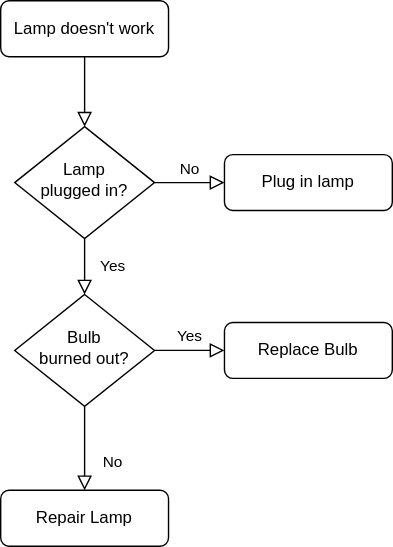
Above: draws/Untitled Diagram.drawio.svg in neoxue/simple-tools (draw.io), before the change. Source tidied: cells renumbered, new cells last; positions are measured from the earlier drawing's top-left corner, leaving out a move shared by most shapes. The source it was exported from:
```xml
<mxGraphModel>
  <root>
    <mxCell id="0" />
    <mxCell id="1" parent="0" />
    <mxCell id="2" style="rounded=0;html=1;jettySize=auto;fontSize=11;endArrow=block;endFill=0;endSize=8;strokeWidth=1;shadow=0;labelBackgroundColor=none;edgeStyle=orthogonalEdgeStyle;" parent="1" edge="1" source="3" target="6">
      <mxGeometry relative="1" as="geometry" />
    </mxCell>
    <mxCell id="3" value="Lamp doesn't work" style="rounded=1;whiteSpace=wrap;html=1;fontSize=12;glass=0;strokeWidth=1;shadow=0;" parent="1" vertex="1">
      <mxGeometry width="120" height="40" as="geometry" />
    </mxCell>
    <mxCell id="4" value="Yes" style="rounded=0;html=1;jettySize=auto;fontSize=11;endArrow=block;endFill=0;endSize=8;strokeWidth=1;shadow=0;labelBackgroundColor=none;edgeStyle=orthogonalEdgeStyle;" parent="1" edge="1" source="6" target="10">
      <mxGeometry y="20" relative="1" as="geometry" />
    </mxCell>
    <mxCell id="5" value="No" style="edgeStyle=orthogonalEdgeStyle;rounded=0;html=1;jettySize=auto;fontSize=11;endArrow=block;endFill=0;endSize=8;strokeWidth=1;shadow=0;labelBackgroundColor=none;" parent="1" edge="1" source="6" target="7">
      <mxGeometry y="10" relative="1" as="geometry" />
    </mxCell>
    <mxCell id="6" value="Lamp&lt;br&gt;plugged in?" style="rhombus;whiteSpace=wrap;html=1;shadow=0;fontFamily=Helvetica;fontSize=12;align=center;strokeWidth=1;spacing=6;spacingTop=-4;" parent="1" vertex="1">
      <mxGeometry x="10" y="90" width="100" height="80" as="geometry" />
    </mxCell>
    <mxCell id="7" value="Plug in lamp" style="rounded=1;whiteSpace=wrap;html=1;fontSize=12;glass=0;strokeWidth=1;shadow=0;" parent="1" vertex="1">
      <mxGeometry x="160" y="110" width="120" height="40" as="geometry" />
    </mxCell>
    <mxCell id="8" value="No" style="rounded=0;html=1;jettySize=auto;fontSize=11;endArrow=block;endFill=0;endSize=8;strokeWidth=1;shadow=0;labelBackgroundColor=none;edgeStyle=orthogonalEdgeStyle;" parent="1" edge="1" source="10" target="11">
      <mxGeometry x="0.33" y="20" relative="1" as="geometry" />
    </mxCell>
    <mxCell id="9" value="Yes" style="edgeStyle=orthogonalEdgeStyle;rounded=0;html=1;jettySize=auto;fontSize=11;endArrow=block;endFill=0;endSize=8;strokeWidth=1;shadow=0;labelBackgroundColor=none;" parent="1" edge="1" source="10" target="12">
      <mxGeometry y="10" relative="1" as="geometry" />
    </mxCell>
    <mxCell id="10" value="Bulb&lt;br&gt;burned out?" style="rhombus;whiteSpace=wrap;html=1;shadow=0;fontFamily=Helvetica;fontSize=12;align=center;strokeWidth=1;spacing=6;spacingTop=-4;" parent="1" vertex="1">
      <mxGeometry x="10" y="210" width="100" height="80" as="geometry" />
    </mxCell>
    <mxCell id="11" value="Repair Lamp" style="rounded=1;whiteSpace=wrap;html=1;fontSize=12;glass=0;strokeWidth=1;shadow=0;" parent="1" vertex="1">
      <mxGeometry y="350" width="120" height="40" as="geometry" />
    </mxCell>
    <mxCell id="12" value="Replace Bulb" style="rounded=1;whiteSpace=wrap;html=1;fontSize=12;glass=0;strokeWidth=1;shadow=0;" parent="1" vertex="1">
      <mxGeometry x="160" y="230" width="120" height="40" as="geometry" />
    </mxCell>
  </root>
</mxGraphModel>
```
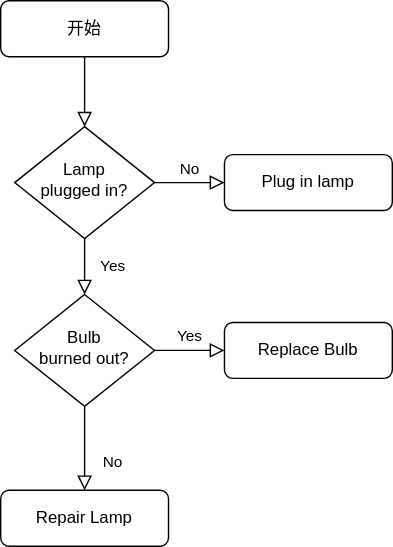
The same file after the commit.

Diff of the diagram source:
```diff
@@ -5,7 +5,7 @@
     <mxCell id="2" style="rounded=0;html=1;jettySize=auto;fontSize=11;endArrow=block;endFill=0;endSize=8;strokeWidth=1;shadow=0;labelBackgroundColor=none;edgeStyle=orthogonalEdgeStyle;" parent="1" edge="1" source="3" target="6">
       <mxGeometry relative="1" as="geometry" />
     </mxCell>
-    <mxCell id="3" value="Lamp doesn't work" style="rounded=1;whiteSpace=wrap;html=1;fontSize=12;glass=0;strokeWidth=1;shadow=0;" parent="1" vertex="1">
+    <mxCell id="3" value="开始" style="rounded=1;whiteSpace=wrap;html=1;fontSize=12;glass=0;strokeWidth=1;shadow=0;" parent="1" vertex="1">
       <mxGeometry width="120" height="40" as="geometry" />
     </mxCell>
     <mxCell id="4" value="Yes" style="rounded=0;html=1;jettySize=auto;fontSize=11;endArrow=block;endFill=0;endSize=8;strokeWidth=1;shadow=0;labelBackgroundColor=none;edgeStyle=orthogonalEdgeStyle;" parent="1" edge="1" source="6" target="10">
```
